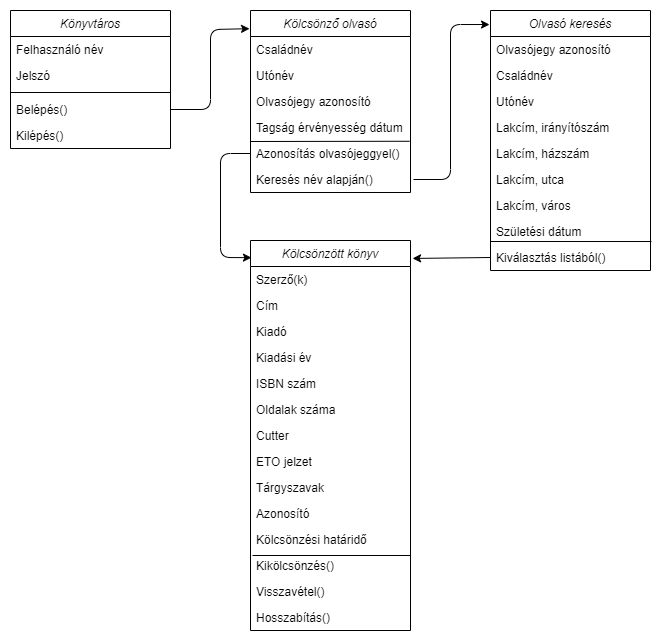
Before: Doc/image/konyvkolcsonzes_hatarosztalyai.png, a diagram exported from draw.io (BoCiMaja/AFP2020_1_Lev_Csop2). Source tidied: cells renumbered, new cells last; positions are measured from the earlier drawing's top-left corner, leaving out a move shared by most shapes. Source of this version:
```xml
<mxGraphModel>
  <root>
    <mxCell id="0" />
    <mxCell id="1" parent="0" />
    <mxCell id="2" value="Könyvtáros" style="swimlane;fontStyle=2;align=center;verticalAlign=top;horizontal=1;startSize=26;rounded=0;shadow=0;strokeWidth=1;" parent="1" vertex="1">
      <mxGeometry width="160" height="138" as="geometry" />
    </mxCell>
    <mxCell id="3" value="Felhasználó név" style="text;align=left;verticalAlign=top;spacingLeft=4;spacingRight=4;overflow=hidden;" parent="2" vertex="1">
      <mxGeometry y="26" width="160" height="26" as="geometry" />
    </mxCell>
    <mxCell id="4" value="Jelszó" style="text;align=left;verticalAlign=top;spacingLeft=4;spacingRight=4;overflow=hidden;rounded=0;shadow=0;html=0;" parent="2" vertex="1">
      <mxGeometry y="52" width="160" height="26" as="geometry" />
    </mxCell>
    <mxCell id="5" style="line;html=1;strokeWidth=1;align=left;verticalAlign=middle;spacingTop=-1;spacingLeft=3;spacingRight=3;labelPosition=right;" parent="2" vertex="1">
      <mxGeometry y="78" width="160" height="8" as="geometry" />
    </mxCell>
    <mxCell id="6" value="Belépés()" style="text;align=left;verticalAlign=top;spacingLeft=4;spacingRight=4;overflow=hidden;points=[[0,0.5],[1,0.5]];portConstraint=eastwest;" parent="2" vertex="1">
      <mxGeometry y="86" width="160" height="26" as="geometry" />
    </mxCell>
    <mxCell id="7" value="Kilépés()" style="text;align=left;verticalAlign=top;spacingLeft=4;spacingRight=4;overflow=hidden;" parent="2" vertex="1">
      <mxGeometry y="112" width="160" height="26" as="geometry" />
    </mxCell>
    <mxCell id="8" value="Kölcsönzött könyv" style="swimlane;fontStyle=2;align=center;verticalAlign=top;horizontal=1;startSize=26;rounded=0;shadow=0;strokeWidth=1;" parent="1" vertex="1">
      <mxGeometry x="240" y="230" width="160" height="390" as="geometry" />
    </mxCell>
    <mxCell id="9" value="Szerző(k)" style="text;align=left;verticalAlign=top;spacingLeft=4;spacingRight=4;overflow=hidden;" parent="8" vertex="1">
      <mxGeometry y="26" width="160" height="26" as="geometry" />
    </mxCell>
    <mxCell id="10" value="Cím" style="text;align=left;verticalAlign=top;spacingLeft=4;spacingRight=4;overflow=hidden;rounded=0;shadow=0;html=0;" parent="8" vertex="1">
      <mxGeometry y="52" width="160" height="26" as="geometry" />
    </mxCell>
    <mxCell id="11" value="Kiadó" style="text;align=left;verticalAlign=top;spacingLeft=4;spacingRight=4;overflow=hidden;rounded=0;shadow=0;html=0;" parent="8" vertex="1">
      <mxGeometry y="78" width="160" height="26" as="geometry" />
    </mxCell>
    <mxCell id="12" value="Kiadási év" style="text;align=left;verticalAlign=top;spacingLeft=4;spacingRight=4;overflow=hidden;rounded=0;shadow=0;html=0;" parent="8" vertex="1">
      <mxGeometry y="104" width="160" height="26" as="geometry" />
    </mxCell>
    <mxCell id="13" value="ISBN szám" style="text;align=left;verticalAlign=top;spacingLeft=4;spacingRight=4;overflow=hidden;rounded=0;shadow=0;html=0;" parent="8" vertex="1">
      <mxGeometry y="130" width="160" height="26" as="geometry" />
    </mxCell>
    <mxCell id="14" value="Oldalak száma" style="text;align=left;verticalAlign=top;spacingLeft=4;spacingRight=4;overflow=hidden;rounded=0;shadow=0;html=0;" parent="8" vertex="1">
      <mxGeometry y="156" width="160" height="26" as="geometry" />
    </mxCell>
    <mxCell id="15" value="Cutter" style="text;align=left;verticalAlign=top;spacingLeft=4;spacingRight=4;overflow=hidden;rounded=0;shadow=0;html=0;" parent="8" vertex="1">
      <mxGeometry y="182" width="160" height="26" as="geometry" />
    </mxCell>
    <mxCell id="16" value="ETO jelzet" style="text;align=left;verticalAlign=top;spacingLeft=4;spacingRight=4;overflow=hidden;rounded=0;shadow=0;html=0;" parent="8" vertex="1">
      <mxGeometry y="208" width="160" height="26" as="geometry" />
    </mxCell>
    <mxCell id="17" value="Tárgyszavak" style="text;align=left;verticalAlign=top;spacingLeft=4;spacingRight=4;overflow=hidden;rounded=0;shadow=0;html=0;" parent="8" vertex="1">
      <mxGeometry y="234" width="160" height="26" as="geometry" />
    </mxCell>
    <mxCell id="18" value="Azonosító" style="text;align=left;verticalAlign=top;spacingLeft=4;spacingRight=4;overflow=hidden;rounded=0;shadow=0;html=0;" parent="8" vertex="1">
      <mxGeometry y="260" width="160" height="26" as="geometry" />
    </mxCell>
    <mxCell id="19" value="Kölcsönzési határidő" style="text;align=left;verticalAlign=top;spacingLeft=4;spacingRight=4;overflow=hidden;rounded=0;shadow=0;html=0;" parent="8" vertex="1">
      <mxGeometry y="286" width="160" height="26" as="geometry" />
    </mxCell>
    <mxCell id="20" style="endArrow=none;html=1;" parent="8" edge="1">
      <mxGeometry relative="1" as="geometry">
        <mxPoint x="2" y="315" as="sourcePoint" />
        <mxPoint x="160" y="315" as="targetPoint" />
      </mxGeometry>
    </mxCell>
    <mxCell id="21" value="Kikölcsönzés()" style="text;align=left;verticalAlign=top;spacingLeft=4;spacingRight=4;overflow=hidden;rounded=0;shadow=0;html=0;" parent="8" vertex="1">
      <mxGeometry y="312" width="160" height="26" as="geometry" />
    </mxCell>
    <mxCell id="22" value="Visszavétel()" style="text;align=left;verticalAlign=top;spacingLeft=4;spacingRight=4;overflow=hidden;rounded=0;shadow=0;html=0;" parent="8" vertex="1">
      <mxGeometry y="338" width="160" height="26" as="geometry" />
    </mxCell>
    <mxCell id="23" value="Hosszabítás()" style="text;align=left;verticalAlign=top;spacingLeft=4;spacingRight=4;overflow=hidden;rounded=0;shadow=0;html=0;" parent="8" vertex="1">
      <mxGeometry y="364" width="160" height="26" as="geometry" />
    </mxCell>
    <mxCell id="24" value="Olvasó keresés" style="swimlane;fontStyle=2;align=center;verticalAlign=top;horizontal=1;startSize=26;rounded=0;shadow=0;strokeWidth=1;" parent="1" vertex="1">
      <mxGeometry x="480" width="160" height="260" as="geometry" />
    </mxCell>
    <mxCell id="25" value="Olvasójegy azonosító" style="text;align=left;verticalAlign=top;spacingLeft=4;spacingRight=4;overflow=hidden;rounded=0;shadow=0;html=0;" parent="24" vertex="1">
      <mxGeometry y="26" width="160" height="26" as="geometry" />
    </mxCell>
    <mxCell id="26" value="Családnév" style="text;align=left;verticalAlign=top;spacingLeft=4;spacingRight=4;overflow=hidden;" parent="24" vertex="1">
      <mxGeometry y="52" width="160" height="26" as="geometry" />
    </mxCell>
    <mxCell id="27" value="Utónév&#10;" style="text;align=left;verticalAlign=top;spacingLeft=4;spacingRight=4;overflow=hidden;rounded=0;shadow=0;html=0;" parent="24" vertex="1">
      <mxGeometry y="78" width="160" height="26" as="geometry" />
    </mxCell>
    <mxCell id="28" value="Lakcím, irányítószám" style="text;align=left;verticalAlign=top;spacingLeft=4;spacingRight=4;overflow=hidden;rounded=0;shadow=0;html=0;" parent="24" vertex="1">
      <mxGeometry y="104" width="160" height="26" as="geometry" />
    </mxCell>
    <mxCell id="29" value="Lakcím, házszám" style="text;align=left;verticalAlign=top;spacingLeft=4;spacingRight=4;overflow=hidden;rounded=0;shadow=0;html=0;" parent="24" vertex="1">
      <mxGeometry y="130" width="160" height="26" as="geometry" />
    </mxCell>
    <mxCell id="30" value="Lakcím, utca" style="text;align=left;verticalAlign=top;spacingLeft=4;spacingRight=4;overflow=hidden;rounded=0;shadow=0;html=0;" parent="24" vertex="1">
      <mxGeometry y="156" width="160" height="26" as="geometry" />
    </mxCell>
    <mxCell id="31" value="Lakcím, város" style="text;align=left;verticalAlign=top;spacingLeft=4;spacingRight=4;overflow=hidden;rounded=0;shadow=0;html=0;" parent="24" vertex="1">
      <mxGeometry y="182" width="160" height="26" as="geometry" />
    </mxCell>
    <mxCell id="32" value="Születési dátum" style="text;align=left;verticalAlign=top;spacingLeft=4;spacingRight=4;overflow=hidden;rounded=0;shadow=0;html=0;" parent="24" vertex="1">
      <mxGeometry y="208" width="160" height="26" as="geometry" />
    </mxCell>
    <mxCell id="33" value="Kiválasztás listából()" style="text;align=left;verticalAlign=top;spacingLeft=4;spacingRight=4;overflow=hidden;points=[[0,0.5],[1,0.5]];portConstraint=eastwest;rounded=0;shadow=0;html=0;" parent="24" vertex="1">
      <mxGeometry y="234" width="160" height="26" as="geometry" />
    </mxCell>
    <mxCell id="34" style="endArrow=none;html=1;entryX=1.006;entryY=-0.115;entryDx=0;entryDy=0;entryPerimeter=0;" parent="24" edge="1" target="33">
      <mxGeometry relative="1" as="geometry">
        <mxPoint y="231" as="sourcePoint" />
      </mxGeometry>
    </mxCell>
    <mxCell id="35" value="Kölcsönző olvasó" style="swimlane;fontStyle=2;align=center;verticalAlign=top;horizontal=1;startSize=26;rounded=0;shadow=0;strokeWidth=1;" parent="1" vertex="1">
      <mxGeometry x="240" width="160" height="182" as="geometry" />
    </mxCell>
    <mxCell id="36" value="Családnév" style="text;align=left;verticalAlign=top;spacingLeft=4;spacingRight=4;overflow=hidden;" parent="35" vertex="1">
      <mxGeometry y="26" width="160" height="26" as="geometry" />
    </mxCell>
    <mxCell id="37" value="Utónév&#10;" style="text;align=left;verticalAlign=top;spacingLeft=4;spacingRight=4;overflow=hidden;rounded=0;shadow=0;html=0;" parent="35" vertex="1">
      <mxGeometry y="52" width="160" height="26" as="geometry" />
    </mxCell>
    <mxCell id="38" value="Olvasójegy azonosító" style="text;align=left;verticalAlign=top;spacingLeft=4;spacingRight=4;overflow=hidden;rounded=0;shadow=0;html=0;" parent="35" vertex="1">
      <mxGeometry y="78" width="160" height="26" as="geometry" />
    </mxCell>
    <mxCell id="39" value="Tagság érvényesség dátum" style="text;align=left;verticalAlign=top;spacingLeft=4;spacingRight=4;overflow=hidden;rounded=0;shadow=0;html=0;" parent="35" vertex="1">
      <mxGeometry y="104" width="160" height="26" as="geometry" />
    </mxCell>
    <mxCell id="40" style="endArrow=none;html=1;entryX=0.994;entryY=0.038;entryDx=0;entryDy=0;entryPerimeter=0;" parent="35" edge="1">
      <mxGeometry relative="1" as="geometry">
        <mxPoint y="131" as="sourcePoint" />
        <mxPoint x="159" y="130.8" as="targetPoint" />
      </mxGeometry>
    </mxCell>
    <mxCell id="41" value="Azonosítás olvasójeggyel()" style="text;align=left;verticalAlign=top;spacingLeft=4;spacingRight=4;overflow=hidden;points=[[0,0.5],[1,0.5]];portConstraint=eastwest;rounded=0;shadow=0;html=0;" parent="35" vertex="1">
      <mxGeometry y="130" width="160" height="26" as="geometry" />
    </mxCell>
    <mxCell id="42" value="Keresés név alapján()" style="text;align=left;verticalAlign=top;spacingLeft=4;spacingRight=4;overflow=hidden;rounded=0;shadow=0;html=0;" parent="35" vertex="1">
      <mxGeometry y="156" width="160" height="26" as="geometry" />
    </mxCell>
    <mxCell id="43" style="endArrow=classic;html=1;exitX=1;exitY=0.5;exitDx=0;exitDy=0;entryX=-0.006;entryY=0.1;entryDx=0;entryDy=0;entryPerimeter=0;" parent="1" edge="1" source="6" target="35">
      <mxGeometry relative="1" as="geometry">
        <Array as="points">
          <mxPoint x="200" y="99" />
          <mxPoint x="200" y="19" />
        </Array>
      </mxGeometry>
    </mxCell>
    <mxCell id="44" style="endArrow=classic;html=1;entryX=-0.006;entryY=0.054;entryDx=0;entryDy=0;entryPerimeter=0;" parent="1" edge="1" target="24">
      <mxGeometry relative="1" as="geometry">
        <mxPoint x="403" y="169" as="sourcePoint" />
        <Array as="points">
          <mxPoint x="440" y="169" />
          <mxPoint x="440" y="14" />
        </Array>
      </mxGeometry>
    </mxCell>
    <mxCell id="45" style="endArrow=classic;html=1;exitX=0;exitY=0.5;exitDx=0;exitDy=0;entryX=0.006;entryY=0.044;entryDx=0;entryDy=0;entryPerimeter=0;" parent="1" edge="1" source="41" target="8">
      <mxGeometry relative="1" as="geometry">
        <Array as="points">
          <mxPoint x="210" y="143" />
          <mxPoint x="210" y="247" />
        </Array>
      </mxGeometry>
    </mxCell>
    <mxCell id="46" style="endArrow=classic;html=1;exitX=0;exitY=0.5;exitDx=0;exitDy=0;entryX=1.013;entryY=0.046;entryDx=0;entryDy=0;entryPerimeter=0;" parent="1" edge="1" source="33" target="8">
      <mxGeometry relative="1" as="geometry" />
    </mxCell>
  </root>
</mxGraphModel>
```
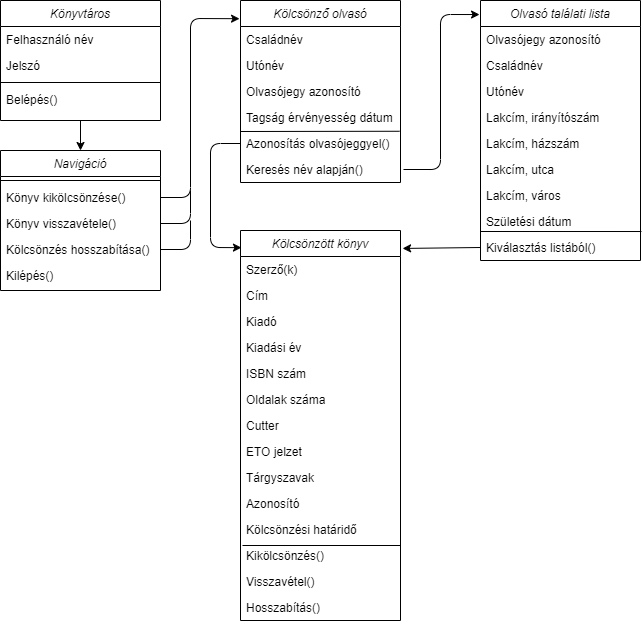
The same file after the commit.

What changed in the source:
```diff
@@ -3,7 +3,7 @@
     <mxCell id="0" />
     <mxCell id="1" parent="0" />
     <mxCell id="2" value="Könyvtáros" style="swimlane;fontStyle=2;align=center;verticalAlign=top;horizontal=1;startSize=26;rounded=0;shadow=0;strokeWidth=1;" parent="1" vertex="1">
-      <mxGeometry width="160" height="138" as="geometry" />
+      <mxGeometry width="160" height="120" as="geometry" />
     </mxCell>
     <mxCell id="3" value="Felhasználó név" style="text;align=left;verticalAlign=top;spacingLeft=4;spacingRight=4;overflow=hidden;" parent="2" vertex="1">
       <mxGeometry y="26" width="160" height="26" as="geometry" />
@@ -17,9 +17,6 @@
     <mxCell id="6" value="Belépés()" style="text;align=left;verticalAlign=top;spacingLeft=4;spacingRight=4;overflow=hidden;points=[[0,0.5],[1,0.5]];portConstraint=eastwest;" parent="2" vertex="1">
       <mxGeometry y="86" width="160" height="26" as="geometry" />
     </mxCell>
-    <mxCell id="7" value="Kilépés()" style="text;align=left;verticalAlign=top;spacingLeft=4;spacingRight=4;overflow=hidden;" parent="2" vertex="1">
-      <mxGeometry y="112" width="160" height="26" as="geometry" />
-    </mxCell>
     <mxCell id="8" value="Kölcsönzött könyv" style="swimlane;fontStyle=2;align=center;verticalAlign=top;horizontal=1;startSize=26;rounded=0;shadow=0;strokeWidth=1;" parent="1" vertex="1">
       <mxGeometry x="240" y="230" width="160" height="390" as="geometry" />
     </mxCell>
@@ -71,7 +68,7 @@
     <mxCell id="23" value="Hosszabítás()" style="text;align=left;verticalAlign=top;spacingLeft=4;spacingRight=4;overflow=hidden;rounded=0;shadow=0;html=0;" parent="8" vertex="1">
       <mxGeometry y="364" width="160" height="26" as="geometry" />
     </mxCell>
-    <mxCell id="24" value="Olvasó keresés" style="swimlane;fontStyle=2;align=center;verticalAlign=top;horizontal=1;startSize=26;rounded=0;shadow=0;strokeWidth=1;" parent="1" vertex="1">
+    <mxCell id="24" value="Olvasó találati lista" style="swimlane;fontStyle=2;align=center;verticalAlign=top;horizontal=1;startSize=26;rounded=0;shadow=0;strokeWidth=1;" parent="1" vertex="1">
       <mxGeometry x="480" width="160" height="260" as="geometry" />
     </mxCell>
     <mxCell id="25" value="Olvasójegy azonosító" style="text;align=left;verticalAlign=top;spacingLeft=4;spacingRight=4;overflow=hidden;rounded=0;shadow=0;html=0;" parent="24" vertex="1">
@@ -133,11 +130,11 @@
     <mxCell id="42" value="Keresés név alapján()" style="text;align=left;verticalAlign=top;spacingLeft=4;spacingRight=4;overflow=hidden;rounded=0;shadow=0;html=0;" parent="35" vertex="1">
       <mxGeometry y="156" width="160" height="26" as="geometry" />
     </mxCell>
-    <mxCell id="43" style="endArrow=classic;html=1;exitX=1;exitY=0.5;exitDx=0;exitDy=0;entryX=-0.006;entryY=0.1;entryDx=0;entryDy=0;entryPerimeter=0;" parent="1" edge="1" source="6" target="35">
+    <mxCell id="43" style="endArrow=classic;html=1;exitX=1;exitY=0.5;exitDx=0;exitDy=0;entryX=-0.006;entryY=0.1;entryDx=0;entryDy=0;entryPerimeter=0;" parent="1" edge="1" source="49" target="35">
       <mxGeometry relative="1" as="geometry">
         <Array as="points">
-          <mxPoint x="200" y="99" />
-          <mxPoint x="200" y="19" />
+          <mxPoint x="190" y="197" />
+          <mxPoint x="190" y="18" />
         </Array>
       </mxGeometry>
     </mxCell>
@@ -161,5 +158,42 @@
     <mxCell id="46" style="endArrow=classic;html=1;exitX=0;exitY=0.5;exitDx=0;exitDy=0;entryX=1.013;entryY=0.046;entryDx=0;entryDy=0;entryPerimeter=0;" parent="1" edge="1" source="33" target="8">
       <mxGeometry relative="1" as="geometry" />
     </mxCell>
+    <mxCell id="47" value="Navigáció" style="swimlane;fontStyle=2;align=center;verticalAlign=top;horizontal=1;startSize=26;rounded=0;shadow=0;strokeWidth=1;" parent="1" vertex="1">
+      <mxGeometry y="150" width="160" height="140" as="geometry" />
+    </mxCell>
+    <mxCell id="48" style="line;html=1;strokeWidth=1;align=left;verticalAlign=middle;spacingTop=-1;spacingLeft=3;spacingRight=3;labelPosition=right;" parent="47" vertex="1">
+      <mxGeometry y="26" width="160" height="8" as="geometry" />
+    </mxCell>
+    <mxCell id="49" value="Könyv kikölcsönzése()" style="text;align=left;verticalAlign=top;spacingLeft=4;spacingRight=4;overflow=hidden;points=[[0,0.5],[1,0.5]];portConstraint=eastwest;" parent="47" vertex="1">
+      <mxGeometry y="34" width="160" height="26" as="geometry" />
+    </mxCell>
+    <mxCell id="50" value="Könyv visszavétele()" style="text;align=left;verticalAlign=top;spacingLeft=4;spacingRight=4;overflow=hidden;points=[[0,0.5],[1,0.5]];portConstraint=eastwest;" parent="47" vertex="1">
+      <mxGeometry y="60" width="160" height="26" as="geometry" />
+    </mxCell>
+    <mxCell id="51" value="Kölcsönzés hosszabítása()" style="text;align=left;verticalAlign=top;spacingLeft=4;spacingRight=4;overflow=hidden;points=[[0,0.5],[1,0.5]];portConstraint=eastwest;" parent="47" vertex="1">
+      <mxGeometry y="86" width="160" height="26" as="geometry" />
+    </mxCell>
+    <mxCell id="7" value="Kilépés()" style="text;align=left;verticalAlign=top;spacingLeft=4;spacingRight=4;overflow=hidden;" parent="47" vertex="1">
+      <mxGeometry y="112" width="160" height="26" as="geometry" />
+    </mxCell>
+    <mxCell id="52" style="endArrow=none;html=1;exitX=1;exitY=0.5;exitDx=0;exitDy=0;" parent="1" edge="1" source="50">
+      <mxGeometry relative="1" as="geometry">
+        <mxPoint x="190" y="190" as="targetPoint" />
+        <Array as="points">
+          <mxPoint x="190" y="223" />
+        </Array>
+      </mxGeometry>
+    </mxCell>
+    <mxCell id="53" style="endArrow=none;html=1;exitX=1;exitY=0.5;exitDx=0;exitDy=0;" parent="1" edge="1" source="51">
+      <mxGeometry relative="1" as="geometry">
+        <mxPoint x="190" y="220" as="targetPoint" />
+        <Array as="points">
+          <mxPoint x="190" y="249" />
+        </Array>
+      </mxGeometry>
+    </mxCell>
+    <mxCell id="54" style="endArrow=classic;html=1;exitX=0.5;exitY=1;exitDx=0;exitDy=0;" parent="1" edge="1" source="2" target="47">
+      <mxGeometry relative="1" as="geometry" />
+    </mxCell>
   </root>
 </mxGraphModel>
```
